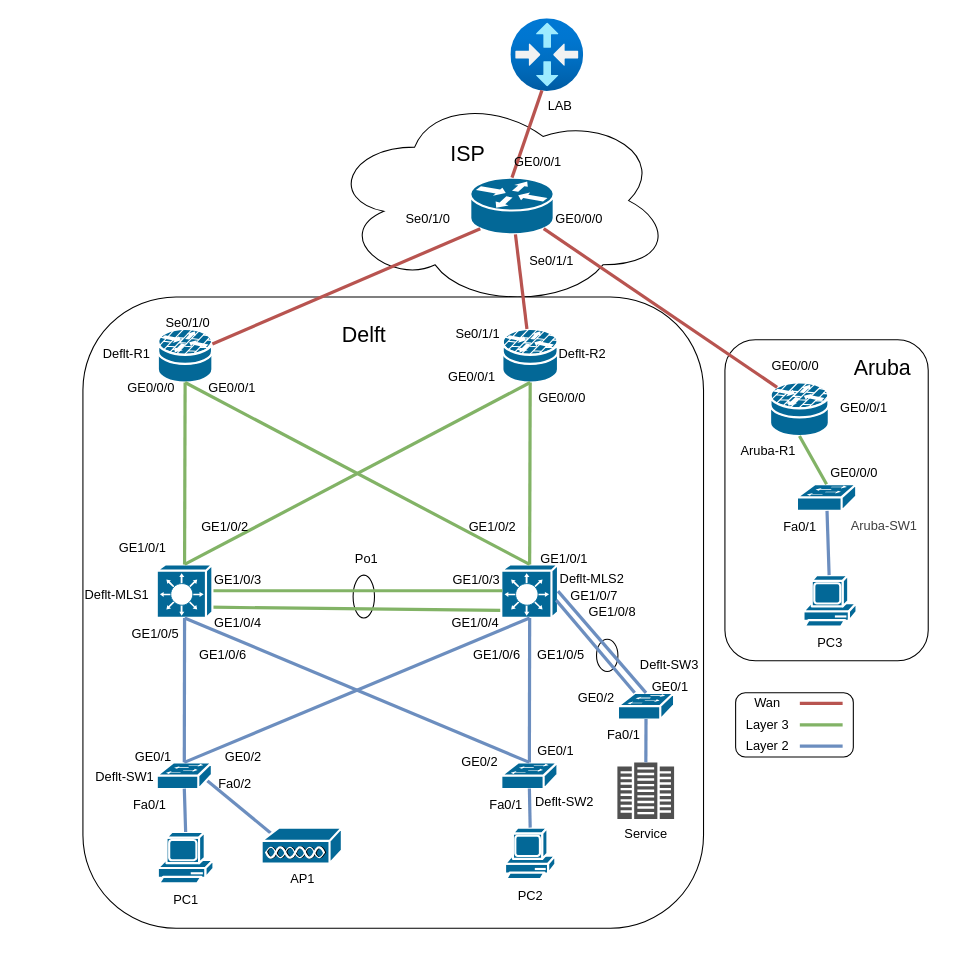
The draw.io diagram page "PoC-ontwerp" (5 of 5) of SFTP-NetConfigs/netwerkontwerp.drawio in TomTheLEGEND23/HHS-TropoMetrics, before the edit. Source tidied: cells renumbered, new cells numbered last; positions are measured from the earlier drawing's top-left corner, leaving out a move shared by most shapes. Both pictures are drawn from the tidied source at 107%, with x=0, y=0 at pixel (18, 18).
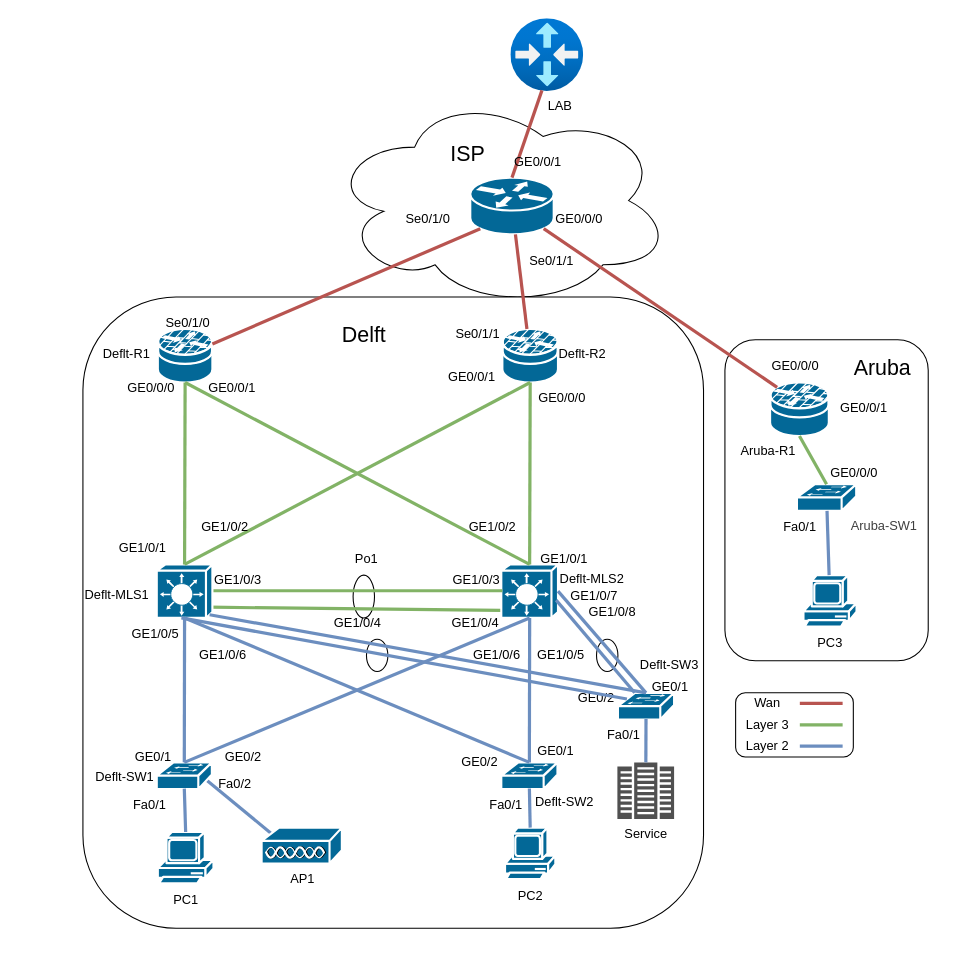
The same diagram, later.

The change refers to these unchanged cells:
```xml
<mxCell id="9" style="group;" parent="1" vertex="1">
  <mxGeometry y="260" width="670" height="620" as="geometry" />
</mxCell>
<mxCell id="19" style="strokeColor=#ffffff;sketch=0;html=1;dashed=0;fillColor=#036897;strokeWidth=2;verticalLabelPosition=bottom;verticalAlign=top;align=center;outlineConnect=0;shape=mxgraph.cisco.switches.layer_3_switch;" parent="9" vertex="1">
  <mxGeometry x="129" y="250" width="52" height="50" as="geometry" />
</mxCell>
<mxCell id="39" value="&lt;div&gt;GE1/0/5&lt;/div&gt;" style="text;html=1;whiteSpace=wrap;strokeColor=none;fillColor=none;align=right;verticalAlign=middle;rounded=0;" parent="9" vertex="1">
  <mxGeometry x="97" y="300" width="55" height="30" as="geometry" />
</mxCell>
<mxCell id="60" style="strokeColor=#ffffff;sketch=0;html=1;dashed=0;fillColor=#036897;strokeWidth=2;verticalLabelPosition=bottom;verticalAlign=top;align=center;outlineConnect=0;shape=mxgraph.cisco.switches.workgroup_switch;" parent="9" vertex="1">
  <mxGeometry x="560" y="370" width="52.5" height="25" as="geometry" />
</mxCell>
```

Change to the diagram source:
```diff
@@
+    <mxCell id="108" style="ellipse;whiteSpace=wrap;html=1;" parent="9" vertex="1">
+      <mxGeometry x="325" y="320" width="20" height="30" as="geometry" />
+    </mxCell>
@@
     <mxCell id="36" value="&lt;div&gt;GE1/0/4&lt;/div&gt;" style="text;html=1;whiteSpace=wrap;strokeColor=none;fillColor=none;align=left;verticalAlign=middle;rounded=0;" parent="9" vertex="1">
-      <mxGeometry x="180.5" y="290" width="56.5" height="30" as="geometry" />
+      <mxGeometry x="292.5" y="290" width="56.5" height="30" as="geometry" />
     </mxCell>
@@
+    <mxCell id="109" style="endArrow=none;html=1;rounded=0;fillColor=#dae8fc;strokeColor=#6c8ebf;strokeWidth=3;exitX=0.95;exitY=0.94;exitDx=0;exitDy=0;exitPerimeter=0;entryX=0.5;entryY=0;entryDx=0;entryDy=0;entryPerimeter=0;" parent="9" edge="1" source="19" target="60">
+      <mxGeometry relative="1" as="geometry" />
+    </mxCell>
+    <mxCell id="110" style="endArrow=none;html=1;rounded=0;fillColor=#dae8fc;strokeColor=#6c8ebf;strokeWidth=3;exitX=1;exitY=0;exitDx=0;exitDy=0;entryX=0.16;entryY=0.23;entryDx=0;entryDy=0;entryPerimeter=0;" parent="9" edge="1" source="39" target="60">
+      <mxGeometry relative="1" as="geometry" />
+    </mxCell>
```
